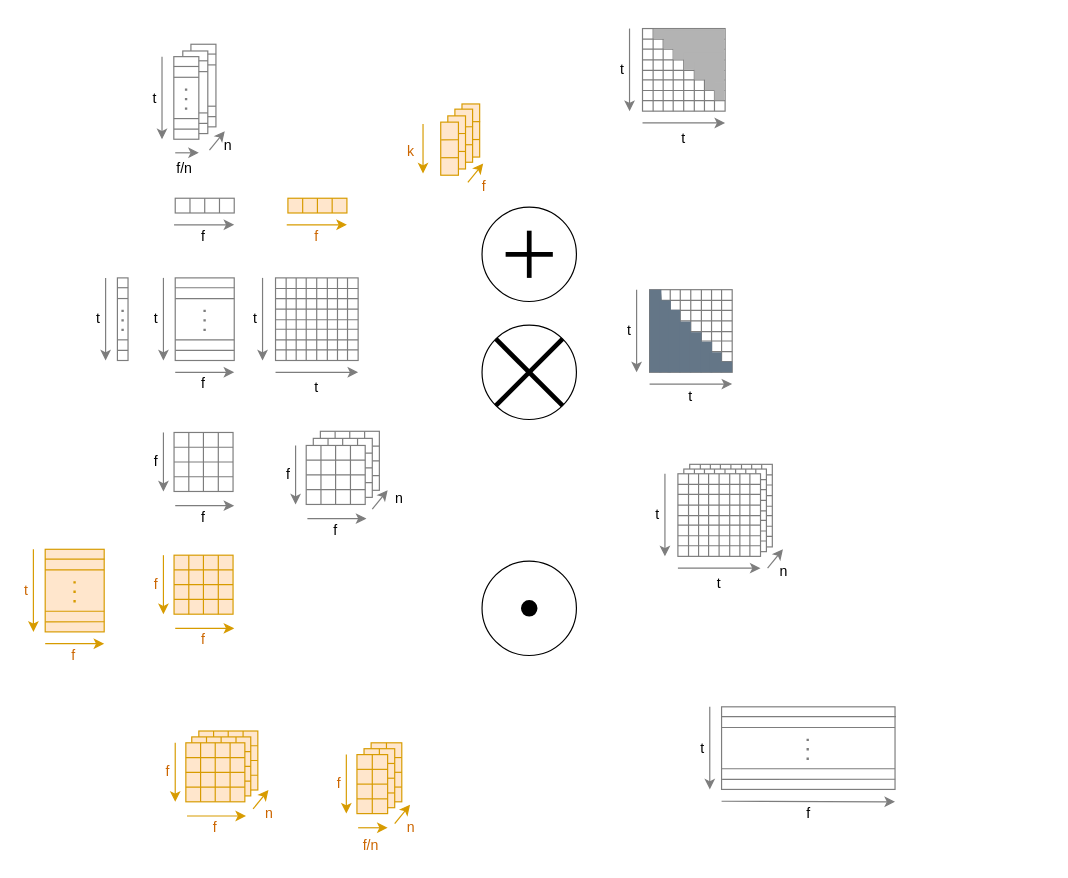
Earlier version of the draw.io diagram page "Base Figures" (1 of 4) of Untitled Diagram.drawio (OleguerCanal/diagrams). Source tidied: cells renumbered, new cells numbered last; positions are measured from the earlier drawing's top-left corner, leaving out a move shared by most shapes. Both pictures are drawn from the tidied source at 118%, with x=0, y=0 at pixel (20, 28).
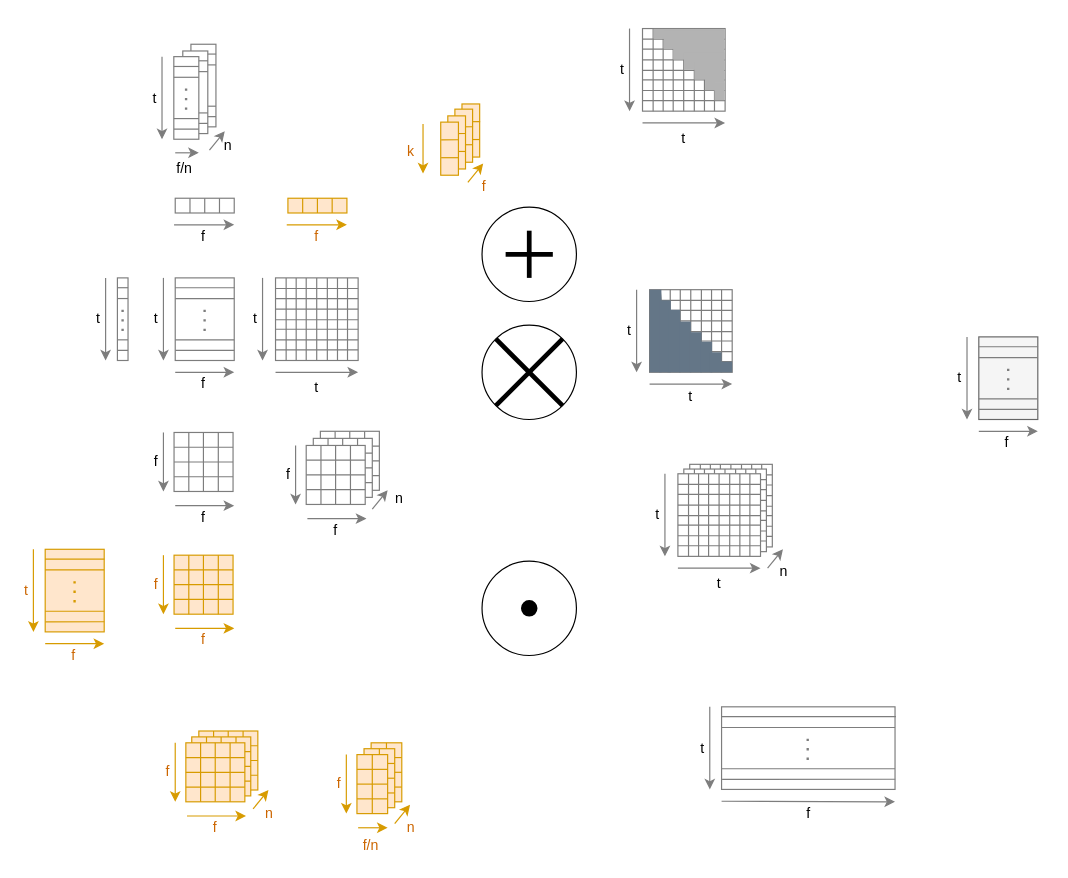
The same page after the edit.

Change to the diagram source:
```diff
@@
+    <mxCell id="320" style="rounded=0;whiteSpace=wrap;html=1;strokeColor=#666666;fillColor=#f5f5f5;fontColor=#333333;" parent="1" vertex="1">
+      <mxGeometry x="812" y="261" width="50" height="70" as="geometry" />
+    </mxCell>
+    <mxCell id="321" style="endArrow=none;html=1;rounded=0;entryX=1;entryY=0.25;entryDx=0;entryDy=0;exitX=0;exitY=0.25;exitDx=0;exitDy=0;strokeColor=#7D7D7D;" parent="1" edge="1" source="320" target="320">
+      <mxGeometry relative="1" as="geometry" />
+    </mxCell>
+    <mxCell id="322" style="endArrow=none;html=1;rounded=0;entryX=1;entryY=0.75;entryDx=0;entryDy=0;exitX=0;exitY=0.75;exitDx=0;exitDy=0;strokeColor=#7D7D7D;" parent="1" edge="1" source="320" target="320">
+      <mxGeometry relative="1" as="geometry" />
+    </mxCell>
+    <mxCell id="323" style="endArrow=none;html=1;rounded=0;exitX=-0.002;exitY=0.119;exitDx=0;exitDy=0;exitPerimeter=0;entryX=1.005;entryY=0.119;entryDx=0;entryDy=0;entryPerimeter=0;strokeColor=#7D7D7D;" parent="1" edge="1" source="320" target="320">
+      <mxGeometry relative="1" as="geometry" />
+    </mxCell>
+    <mxCell id="324" style="endArrow=none;html=1;rounded=0;exitX=0.003;exitY=0.878;exitDx=0;exitDy=0;exitPerimeter=0;entryX=1.001;entryY=0.877;entryDx=0;entryDy=0;entryPerimeter=0;strokeColor=#7D7D7D;" parent="1" edge="1" source="320" target="320">
+      <mxGeometry relative="1" as="geometry" />
+    </mxCell>
+    <mxCell id="325" style="endArrow=none;dashed=1;html=1;dashPattern=1 3;strokeWidth=2;rounded=0;strokeColor=#7D7D7D;" parent="1" edge="1">
+      <mxGeometry relative="1" as="geometry">
+        <mxPoint x="836.9" y="306" as="sourcePoint" />
+        <mxPoint x="836.9" y="286" as="targetPoint" />
+        <Array as="points">
+          <mxPoint x="836.9" y="306" />
+        </Array>
+      </mxGeometry>
+    </mxCell>
+    <mxCell id="326" style="endArrow=classic;html=1;rounded=0;strokeColor=#7D7D7D;" parent="1" edge="1">
+      <mxGeometry relative="1" as="geometry">
+        <mxPoint x="802" y="261" as="sourcePoint" />
+        <mxPoint x="802" y="331" as="targetPoint" />
+      </mxGeometry>
+    </mxCell>
+    <mxCell id="327" style="endArrow=classic;html=1;rounded=0;strokeColor=#7D7D7D;" parent="1" edge="1">
+      <mxGeometry relative="1" as="geometry">
+        <mxPoint x="812" y="341" as="sourcePoint" />
+        <mxPoint x="862" y="341" as="targetPoint" />
+      </mxGeometry>
+    </mxCell>
+    <mxCell id="328" value="t" style="text;html=1;strokeColor=none;fillColor=none;align=center;verticalAlign=middle;whiteSpace=wrap;rounded=0;" parent="1" vertex="1">
+      <mxGeometry x="791" y="281" width="10" height="30" as="geometry" />
+    </mxCell>
+    <mxCell id="329" value="f" style="text;html=1;strokeColor=none;fillColor=none;align=center;verticalAlign=middle;whiteSpace=wrap;rounded=0;" parent="1" vertex="1">
+      <mxGeometry x="831" y="341" width="10" height="20" as="geometry" />
+    </mxCell>
```
